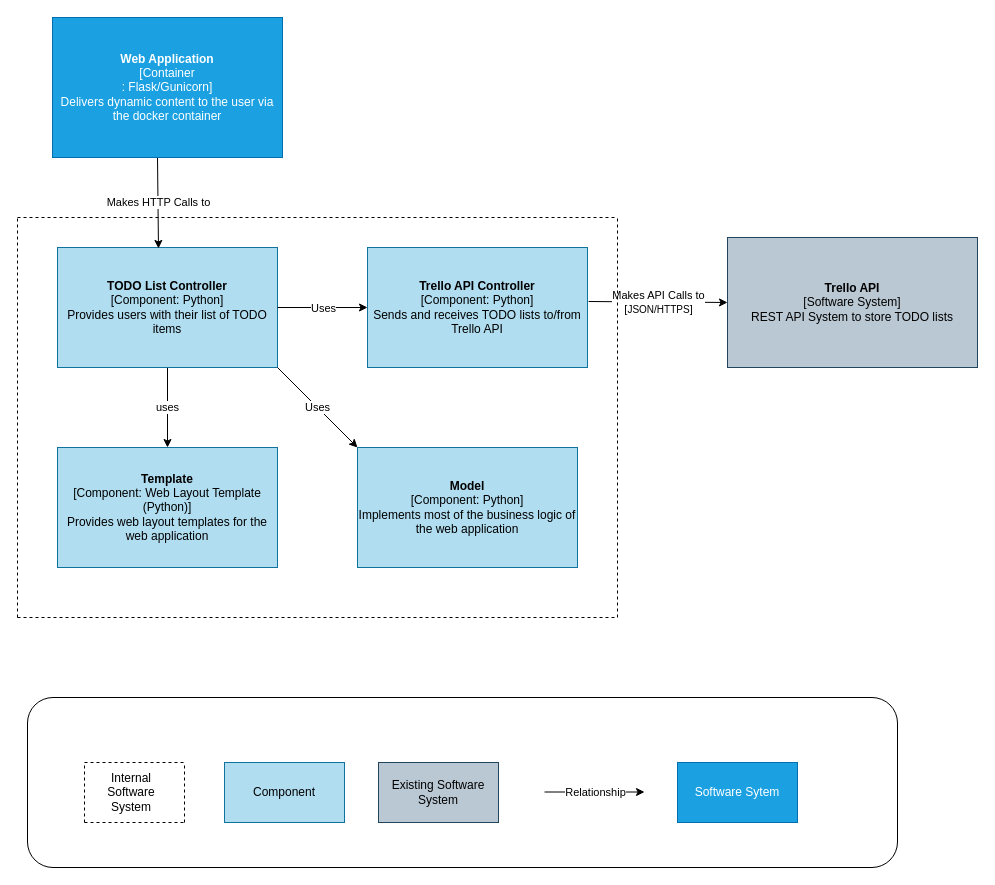
Before: documentation/Component_Diagram.drawio in kogoe1/DevOps-Course-Starter, a draw.io diagram. Source tidied: cells renumbered, new cells numbered last; positions are measured from the earlier drawing's top-left corner, leaving out a move shared by most shapes. Both pictures are drawn from the tidied source at 100%, with x=0, y=0 at pixel (17, 17).
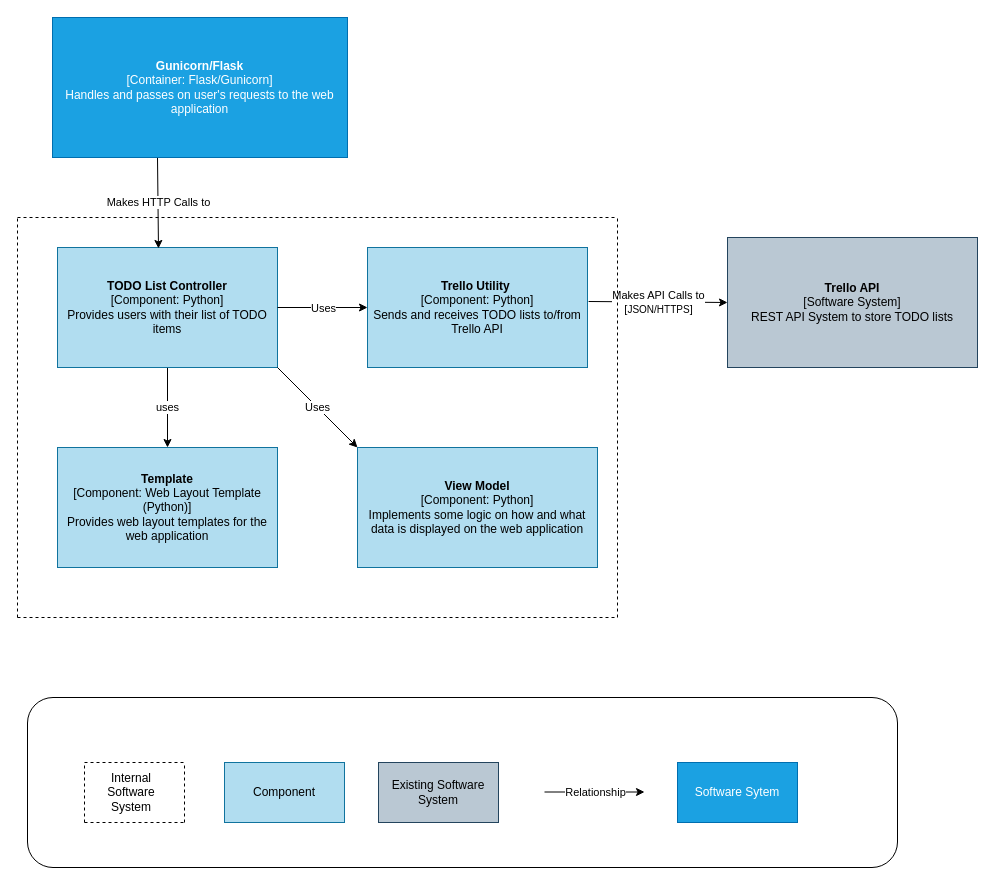
The same page after the edit.

Commit message (it also covers changes not shown here):
Modified Container and Component diagrams

Change to the diagram source:
```diff
@@
-    <mxCell id="4" value="&lt;div&gt;&lt;b&gt;Trello API Controller&lt;/b&gt;&lt;/div&gt;&lt;div&gt;[Component: Python]&lt;/div&gt;&lt;div&gt;Sends and receives TODO lists to/from Trello API&lt;br&gt;&lt;/div&gt;" style="rounded=0;whiteSpace=wrap;html=1;fillColor=#b1ddf0;strokeColor=#10739e;" parent="1" vertex="1">
+    <mxCell id="4" value="&lt;div&gt;&lt;b&gt;Trello Utility&amp;nbsp;&lt;/b&gt;&lt;/div&gt;&lt;div&gt;[Component: Python]&lt;/div&gt;&lt;div&gt;Sends and receives TODO lists to/from Trello API&lt;br&gt;&lt;/div&gt;" style="rounded=0;whiteSpace=wrap;html=1;fillColor=#b1ddf0;strokeColor=#10739e;" parent="1" vertex="1">
       <mxGeometry x="350" y="230" width="220" height="120" as="geometry" />
     </mxCell>
@@
-    <mxCell id="28" value="&lt;div&gt;&lt;b&gt;Web Application&lt;/b&gt;&lt;/div&gt;&lt;div&gt;[Container&lt;br&gt;&lt;/div&gt;&lt;div&gt;: Flask/Gunicorn]&lt;/div&gt;&lt;div&gt;Delivers dynamic content to the user via the docker container&lt;br&gt;&lt;/div&gt;" style="rounded=0;whiteSpace=wrap;html=1;fillColor=#1ba1e2;strokeColor=#006EAF;fontColor=#ffffff;" parent="1" vertex="1">
-      <mxGeometry x="35" width="230" height="140" as="geometry" />
+    <mxCell id="28" value="&lt;div&gt;&lt;b&gt;Gunicorn/Flask&lt;/b&gt;&lt;/div&gt;&lt;div&gt;[Container&lt;span&gt;: Flask/Gunicorn]&lt;/span&gt;&lt;/div&gt;&lt;div&gt;Handles and passes on user's requests to the web application&lt;br&gt;&lt;/div&gt;" style="rounded=0;whiteSpace=wrap;html=1;fillColor=#1ba1e2;strokeColor=#006EAF;fontColor=#ffffff;" parent="1" vertex="1">
+      <mxGeometry x="35" width="295" height="140" as="geometry" />
     </mxCell>
-    <mxCell id="29" value="&lt;div&gt;&lt;b&gt;Model&lt;/b&gt;&lt;/div&gt;&lt;div&gt;[Component: Python]&lt;/div&gt;&lt;div&gt;Implements most of the business logic of the web application&lt;br&gt;&lt;/div&gt;" style="rounded=0;whiteSpace=wrap;html=1;fillColor=#b1ddf0;strokeColor=#10739e;" parent="1" vertex="1">
-      <mxGeometry x="340" y="430" width="220" height="120" as="geometry" />
+    <mxCell id="29" value="&lt;div&gt;&lt;b&gt;View Model&lt;/b&gt;&lt;/div&gt;&lt;div&gt;[Component: Python]&lt;/div&gt;&lt;div&gt;Implements some logic on how and what data is displayed on the web application&lt;br&gt;&lt;/div&gt;" style="rounded=0;whiteSpace=wrap;html=1;fillColor=#b1ddf0;strokeColor=#10739e;" parent="1" vertex="1">
+      <mxGeometry x="340" y="430" width="240" height="120" as="geometry" />
     </mxCell>
```
